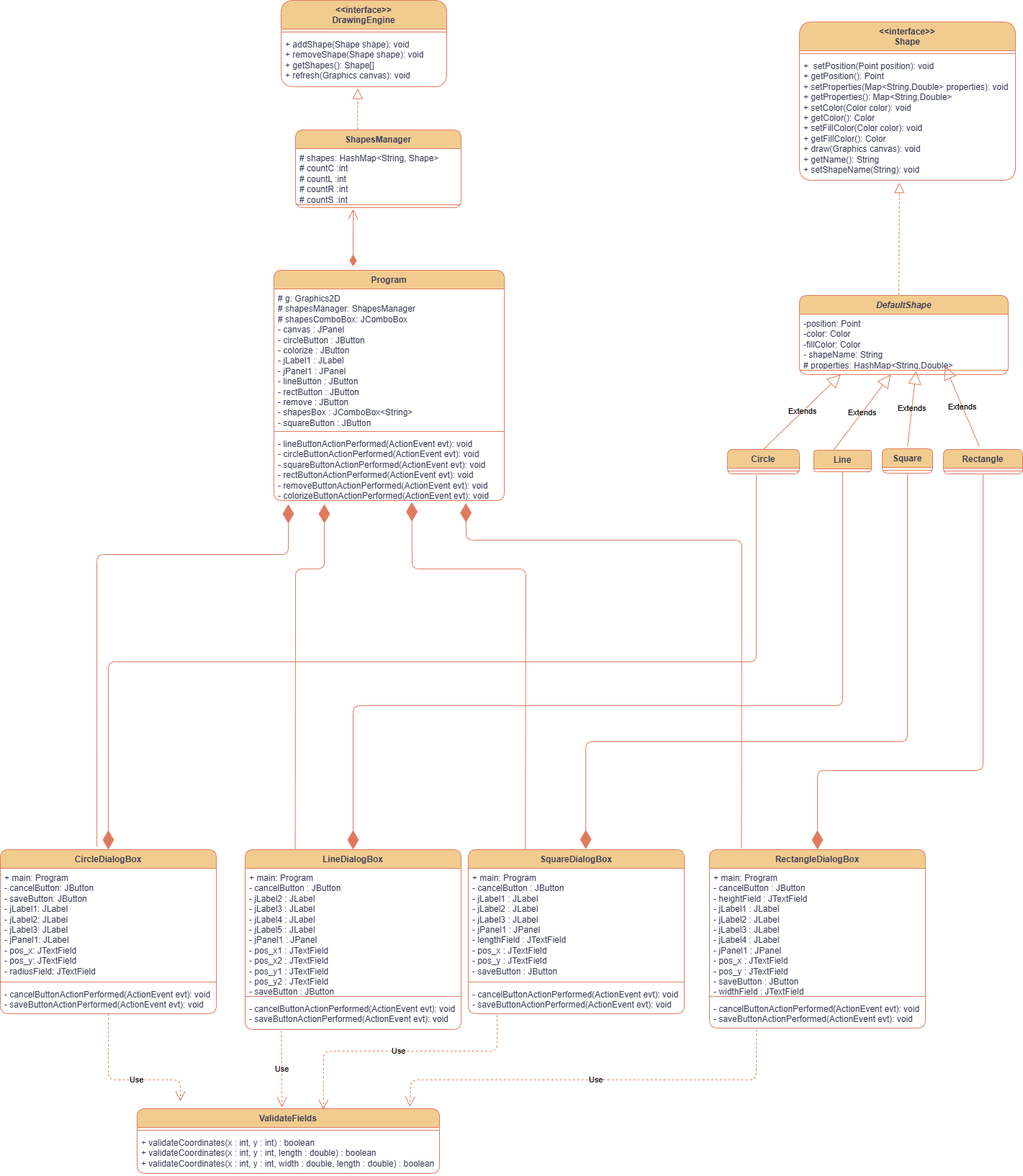
habibarezq/VectorDrawingApplication keeps this draw.io diagram as VectorDrawingApplication/PaintUML.png. Above is the earlier version. Source tidied: cells renumbered, new cells last; positions are measured from the earlier drawing's top-left corner, leaving out a move shared by most shapes.
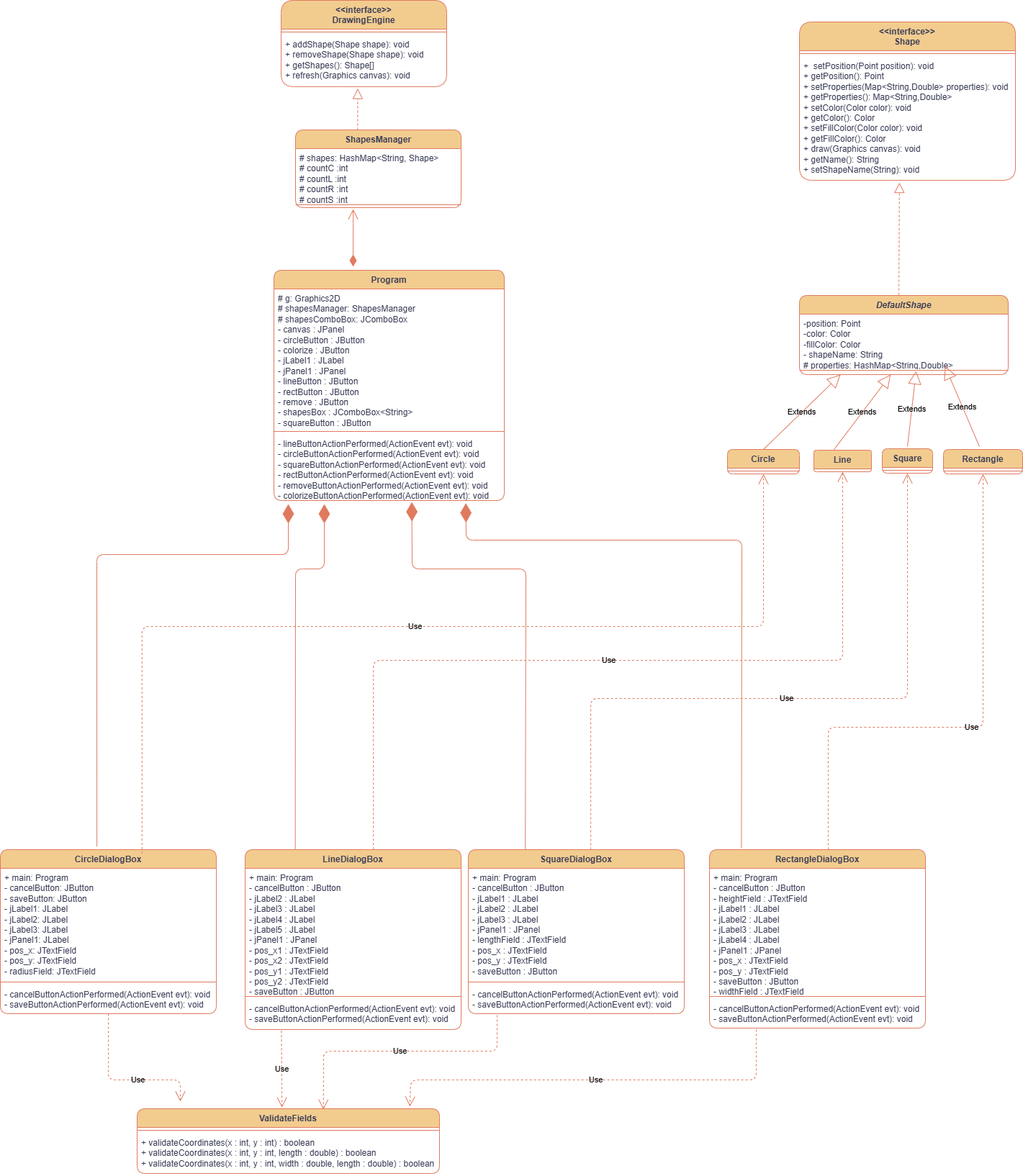
After the commit.

Commit message:
changed the relation from Compostion to Dependency in UML

Change to the diagram source:
```diff
@@ -228,31 +228,29 @@
         </Array>
       </mxGeometry>
     </mxCell>
-    <mxCell id="60" style="endArrow=diamondThin;endFill=1;endSize=24;html=1;rounded=1;fontSize=12;entryX=0.5;entryY=0;entryDx=0;entryDy=0;edgeStyle=elbowEdgeStyle;elbow=vertical;labelBackgroundColor=none;strokeColor=#E07A5F;fontColor=default;" parent="1" edge="1" target="33">
-      <mxGeometry relative="1" as="geometry">
-        <mxPoint x="1050" y="660" as="sourcePoint" />
-      </mxGeometry>
-    </mxCell>
-    <mxCell id="61" style="endArrow=diamondThin;endFill=1;endSize=24;html=1;rounded=1;fontSize=12;entryX=0.5;entryY=0;entryDx=0;entryDy=0;exitX=0.5;exitY=1;exitDx=0;exitDy=0;edgeStyle=elbowEdgeStyle;elbow=vertical;labelBackgroundColor=none;strokeColor=#E07A5F;fontColor=default;" parent="1" edge="1" source="10" target="37">
-      <mxGeometry relative="1" as="geometry">
-        <Array as="points">
-          <mxPoint x="840" y="980" />
-        </Array>
-      </mxGeometry>
-    </mxCell>
-    <mxCell id="62" style="endArrow=diamondThin;endFill=1;endSize=24;html=1;rounded=1;fontSize=12;exitX=0.5;exitY=1;exitDx=0;exitDy=0;entryX=0.544;entryY=-0.003;entryDx=0;entryDy=0;entryPerimeter=0;edgeStyle=elbowEdgeStyle;elbow=vertical;labelBackgroundColor=none;strokeColor=#E07A5F;fontColor=default;" parent="1" edge="1" source="8" target="41">
-      <mxGeometry relative="1" as="geometry">
-        <Array as="points">
-          <mxPoint x="1040" y="1030" />
-        </Array>
-      </mxGeometry>
-    </mxCell>
-    <mxCell id="63" style="endArrow=diamondThin;endFill=1;endSize=24;html=1;rounded=1;fontSize=12;entryX=0.5;entryY=0;entryDx=0;entryDy=0;exitX=0.5;exitY=1;exitDx=0;exitDy=0;edgeStyle=elbowEdgeStyle;elbow=vertical;labelBackgroundColor=none;strokeColor=#E07A5F;fontColor=default;" parent="1" edge="1" source="11" target="45">
-      <mxGeometry relative="1" as="geometry">
-        <Array as="points">
-          <mxPoint x="1250" y="1070" />
-        </Array>
-      </mxGeometry>
-    </mxCell>
+    <mxCell id="64" value="Use" style="endArrow=open;endSize=12;dashed=1;html=1;rounded=1;entryX=0.5;entryY=1;entryDx=0;entryDy=0;edgeStyle=elbowEdgeStyle;elbow=vertical;exitX=0.656;exitY=0.024;exitDx=0;exitDy=0;exitPerimeter=0;labelBackgroundColor=none;strokeColor=#E07A5F;fontColor=default;" parent="1" edge="1" source="33" target="6">
+      <mxGeometry relative="1" as="geometry">
+        <Array as="points">
+          <mxPoint x="630" y="870" />
+        </Array>
+      </mxGeometry>
+    </mxCell>
+    <mxCell id="65" value="Use" style="endArrow=open;endSize=12;dashed=1;html=1;rounded=1;exitX=0.594;exitY=-0.001;exitDx=0;exitDy=0;exitPerimeter=0;entryX=0.5;entryY=1;entryDx=0;entryDy=0;edgeStyle=elbowEdgeStyle;elbow=vertical;labelBackgroundColor=none;strokeColor=#E07A5F;fontColor=default;" parent="1" edge="1" source="37" target="10">
+      <mxGeometry relative="1" as="geometry" />
+    </mxCell>
+    <mxCell id="66" value="Use" style="endArrow=open;endSize=12;dashed=1;html=1;rounded=1;exitX=0.567;exitY=0;exitDx=0;exitDy=0;exitPerimeter=0;entryX=0.5;entryY=1;entryDx=0;entryDy=0;edgeStyle=elbowEdgeStyle;elbow=vertical;labelBackgroundColor=none;strokeColor=#E07A5F;fontColor=default;" parent="1" edge="1" source="41" target="8">
+      <mxGeometry relative="1" as="geometry">
+        <Array as="points">
+          <mxPoint x="1050" y="970" />
+        </Array>
+      </mxGeometry>
+    </mxCell>
+    <mxCell id="67" value="Use" style="endArrow=open;endSize=12;dashed=1;html=1;rounded=1;exitX=0.55;exitY=0;exitDx=0;exitDy=0;exitPerimeter=0;entryX=0.5;entryY=1;entryDx=0;entryDy=0;edgeStyle=elbowEdgeStyle;elbow=vertical;labelBackgroundColor=none;strokeColor=#E07A5F;fontColor=default;" parent="1" edge="1" source="45" target="11">
+      <mxGeometry relative="1" as="geometry">
+        <Array as="points">
+          <mxPoint x="1260" y="1010" />
+        </Array>
+      </mxGeometry>
+    </mxCell>
   </root>
 </mxGraphModel>
```
